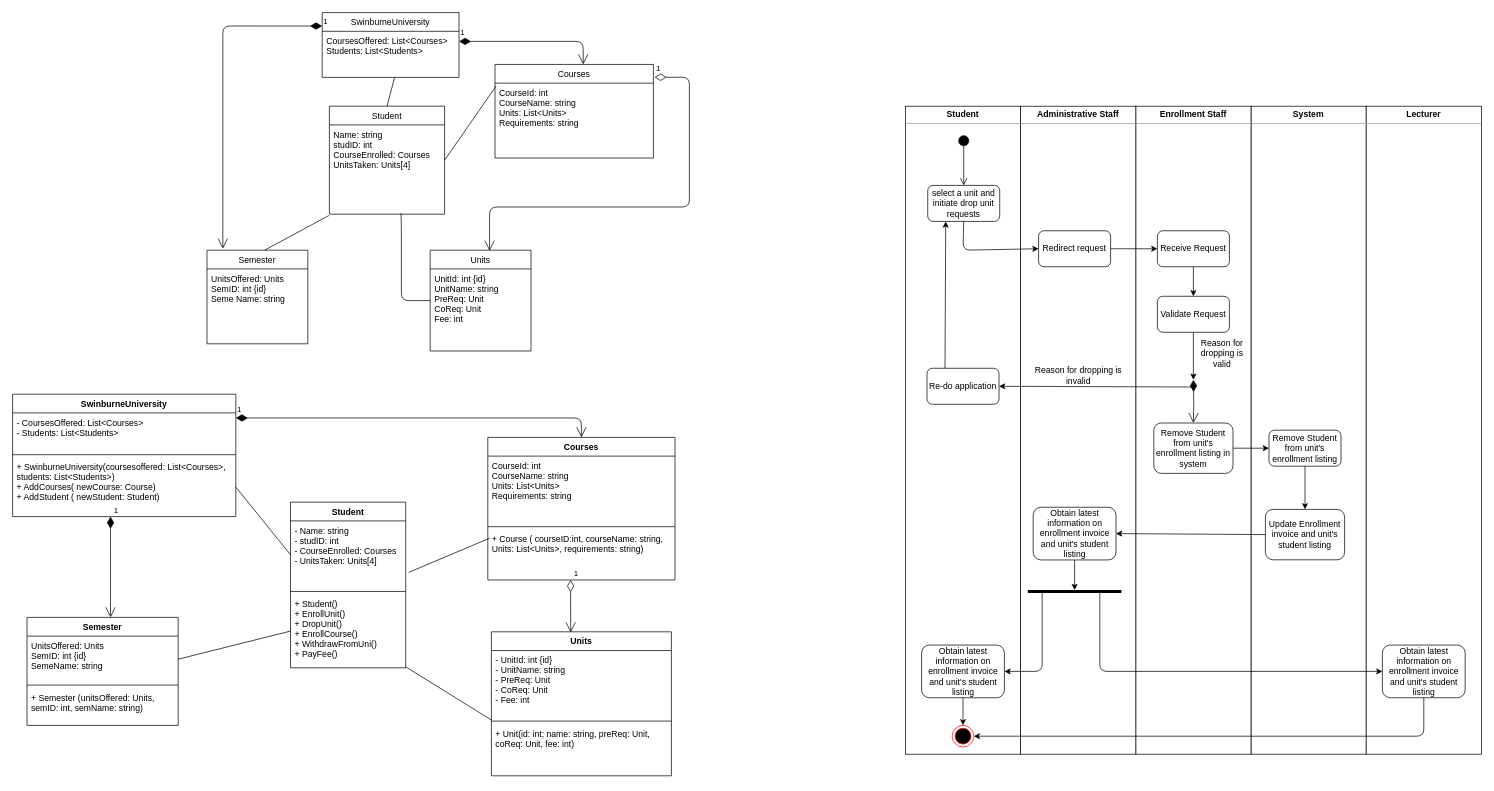
The draw.io diagram CreditTaskDP1.drawio in LastMinuteBanter/DistinctionTaskUML, before the edit. Source tidied: cells renumbered, new cells numbered last; positions are measured from the earlier drawing's top-left corner, leaving out a move shared by most shapes. Both pictures are drawn from the tidied source at 72%, with x=0, y=0 at pixel (12, 12).
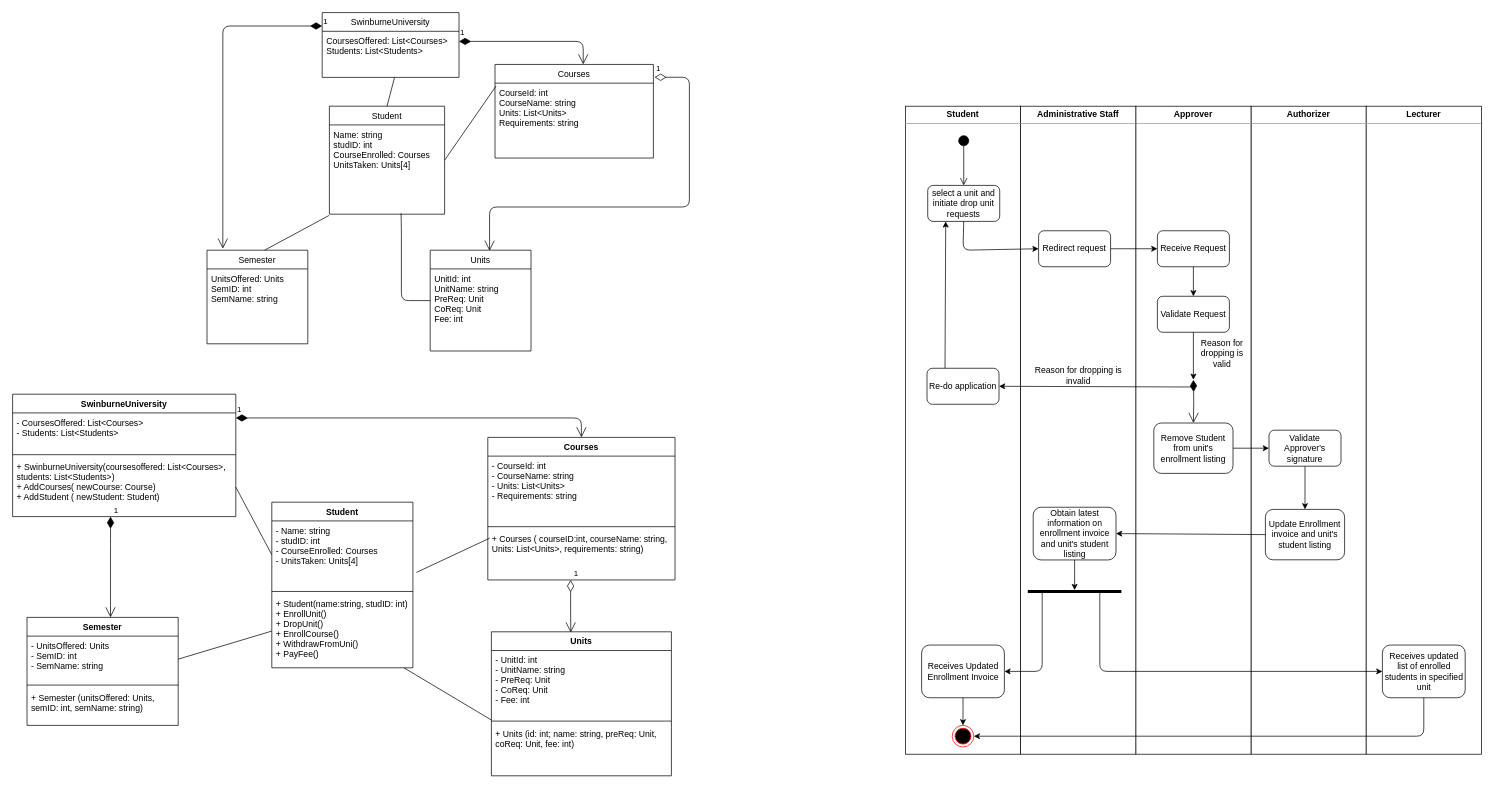
The same page after the edit.

The change refers to these unchanged cells:
```xml
<mxCell id="17" value="Semester" style="swimlane;fontStyle=0;horizontal=1;startSize=26;fillColor=none;" parent="1" vertex="1">
  <mxGeometry x="270" y="330" width="140" height="130" as="geometry" />
</mxCell>
<mxCell id="21" value="Units" style="swimlane;fontStyle=0;horizontal=1;startSize=26;fillColor=none;" parent="1" vertex="1">
  <mxGeometry x="580" y="330" width="140" height="140" as="geometry" />
</mxCell>
<mxCell id="29" value="Semester" style="swimlane;fontStyle=1;align=center;verticalAlign=top;horizontal=1;startSize=26;" parent="1" vertex="1">
  <mxGeometry x="20" y="840" width="210" height="150" as="geometry" />
</mxCell>
<mxCell id="37" value="Courses" style="swimlane;fontStyle=1;align=center;verticalAlign=top;horizontal=1;startSize=26;" parent="1" vertex="1">
  <mxGeometry x="660" y="590" width="260" height="198" as="geometry" />
</mxCell>
<mxCell id="42" value="Units" style="swimlane;fontStyle=1;align=center;verticalAlign=top;horizontal=1;startSize=26;" parent="1" vertex="1">
  <mxGeometry x="665" y="860" width="250" height="200" as="geometry" />
</mxCell>
```

What changed in the source:
```diff
@@
-    <mxCell id="2" value="&lt;p style=&quot;margin: 0px ; margin-top: 4px ; text-align: center&quot;&gt;&lt;b&gt;System&lt;/b&gt;&lt;br&gt;&lt;/p&gt;&lt;hr size=&quot;1&quot;&gt;&lt;div style=&quot;height: 2px&quot;&gt;&lt;/div&gt;" style="verticalAlign=top;align=left;overflow=fill;fontSize=12;fontFamily=Helvetica;html=1;" parent="1" vertex="1">
+    <mxCell id="2" value="&lt;p style=&quot;margin: 0px ; margin-top: 4px ; text-align: center&quot;&gt;&lt;b&gt;Authorizer&lt;/b&gt;&lt;br&gt;&lt;/p&gt;&lt;hr size=&quot;1&quot;&gt;&lt;div style=&quot;height: 2px&quot;&gt;&lt;/div&gt;" style="verticalAlign=top;align=left;overflow=fill;fontSize=12;fontFamily=Helvetica;html=1;" parent="1" vertex="1">
       <mxGeometry x="1720" y="130" width="160" height="900" as="geometry" />
     </mxCell>
-    <mxCell id="3" value="&lt;p style=&quot;margin: 0px ; margin-top: 4px ; text-align: center&quot;&gt;&lt;b&gt;Enrollment Staff&lt;/b&gt;&lt;/p&gt;&lt;hr size=&quot;1&quot;&gt;&lt;div style=&quot;height: 2px&quot;&gt;&lt;/div&gt;" style="verticalAlign=top;align=left;overflow=fill;fontSize=12;fontFamily=Helvetica;html=1;" parent="1" vertex="1">
+    <mxCell id="3" value="&lt;p style=&quot;margin: 0px ; margin-top: 4px ; text-align: center&quot;&gt;&lt;b&gt;Approver&lt;/b&gt;&lt;/p&gt;&lt;hr size=&quot;1&quot;&gt;&lt;div style=&quot;height: 2px&quot;&gt;&lt;/div&gt;" style="verticalAlign=top;align=left;overflow=fill;fontSize=12;fontFamily=Helvetica;html=1;" parent="1" vertex="1">
       <mxGeometry x="1560" y="130" width="160" height="900" as="geometry" />
     </mxCell>
@@
-    <mxCell id="18" value="UnitsOffered: Units&#10;SemID: int {id}&#10;Seme Name: string" style="text;strokeColor=none;fillColor=none;align=left;verticalAlign=top;spacingLeft=4;spacingRight=4;overflow=hidden;" parent="17" vertex="1">
+    <mxCell id="18" value="UnitsOffered: Units&#10;SemID: int  &#10;SemName: string" style="text;strokeColor=none;fillColor=none;align=left;verticalAlign=top;spacingLeft=4;spacingRight=4;overflow=hidden;" parent="17" vertex="1">
       <mxGeometry y="26" width="140" height="104" as="geometry" />
     </mxCell>
@@
-    <mxCell id="22" value="UnitId: int {id}&#10;UnitName: string&#10;PreReq: Unit&#10;CoReq: Unit&#10;Fee: int&#10;&#10;" style="text;strokeColor=none;fillColor=none;align=left;verticalAlign=top;spacingLeft=4;spacingRight=4;overflow=hidden;" parent="21" vertex="1">
+    <mxCell id="22" value="UnitId: int &#10;UnitName: string&#10;PreReq: Unit&#10;CoReq: Unit&#10;Fee: int&#10;&#10;" style="text;strokeColor=none;fillColor=none;align=left;verticalAlign=top;spacingLeft=4;spacingRight=4;overflow=hidden;" parent="21" vertex="1">
       <mxGeometry y="26" width="140" height="114" as="geometry" />
     </mxCell>
@@
-    <mxCell id="30" value="UnitsOffered: Units&#10;SemID: int {id}&#10;SemeName: string" style="text;strokeColor=none;fillColor=none;align=left;verticalAlign=top;spacingLeft=4;spacingRight=4;overflow=hidden;points=[[0,0.5],[1,0.5]];portConstraint=eastwest;" parent="29" vertex="1">
+    <mxCell id="30" value="- UnitsOffered: Units&#10;- SemID: int &#10;- SemName: string" style="text;strokeColor=none;fillColor=none;align=left;verticalAlign=top;spacingLeft=4;spacingRight=4;overflow=hidden;points=[[0,0.5],[1,0.5]];portConstraint=eastwest;" parent="29" vertex="1">
       <mxGeometry y="26" width="210" height="64" as="geometry" />
     </mxCell>
@@
-    <mxCell id="33" value="Student" style="swimlane;fontStyle=1;align=center;verticalAlign=top;horizontal=1;startSize=26;" parent="1" vertex="1">
-      <mxGeometry x="386" y="680" width="160" height="230" as="geometry" />
-    </mxCell>
-    <mxCell id="34" value="- Name: string&#10;- studID: int&#10;- CourseEnrolled: Courses&#10;- UnitsTaken: Units[4]&#10;&#10;&#10;&#10;&#10;&#10;" style="text;strokeColor=none;fillColor=none;align=left;verticalAlign=top;spacingLeft=4;spacingRight=4;overflow=hidden;points=[[0,0.5],[1,0.5]];portConstraint=eastwest;" parent="33" vertex="1">
-      <mxGeometry y="26" width="160" height="94" as="geometry" />
-    </mxCell>
-    <mxCell id="35" style="line;strokeWidth=1;fillColor=none;align=left;verticalAlign=middle;spacingTop=-1;spacingLeft=3;spacingRight=3;labelPosition=right;" parent="33" vertex="1">
-      <mxGeometry y="120" width="160" height="8" as="geometry" />
-    </mxCell>
-    <mxCell id="36" value="+ Student() &#10;+ EnrollUnit()&#10;+ DropUnit()&#10;+ EnrollCourse()&#10;+ WithdrawFromUni()&#10;+ PayFee()&#10;&#10;&#10;" style="text;strokeColor=none;fillColor=none;align=left;verticalAlign=top;spacingLeft=4;spacingRight=4;overflow=hidden;points=[[0,0.5],[1,0.5]];portConstraint=eastwest;" parent="33" vertex="1">
-      <mxGeometry y="128" width="160" height="102" as="geometry" />
-    </mxCell>
@@
-    <mxCell id="38" value="CourseId: int&#10;CourseName: string&#10;Units: List&lt;Units&gt;&#10;Requirements: string&#10;&#10;&#10;" style="text;strokeColor=none;fillColor=none;align=left;verticalAlign=top;spacingLeft=4;spacingRight=4;overflow=hidden;" parent="37" vertex="1">
+    <mxCell id="38" value="- CourseId: int&#10;- CourseName: string&#10;- Units: List&lt;Units&gt;&#10;- Requirements: string&#10;&#10;&#10;" style="text;strokeColor=none;fillColor=none;align=left;verticalAlign=top;spacingLeft=4;spacingRight=4;overflow=hidden;" parent="37" vertex="1">
       <mxGeometry y="26" width="260" height="94" as="geometry" />
     </mxCell>
@@
-    <mxCell id="40" value="+ Course ( courseID:int, courseName: string, &#10;Units: List&lt;Units&gt;, requirements: string)" style="text;strokeColor=none;fillColor=none;align=left;verticalAlign=top;spacingLeft=4;spacingRight=4;overflow=hidden;points=[[0,0.5],[1,0.5]];portConstraint=eastwest;" parent="37" vertex="1">
+    <mxCell id="40" value="+ Courses ( courseID:int, courseName: string, &#10;Units: List&lt;Units&gt;, requirements: string)" style="text;strokeColor=none;fillColor=none;align=left;verticalAlign=top;spacingLeft=4;spacingRight=4;overflow=hidden;points=[[0,0.5],[1,0.5]];portConstraint=eastwest;" parent="37" vertex="1">
       <mxGeometry y="128" width="260" height="70" as="geometry" />
     </mxCell>
@@
-    <mxCell id="43" value="- UnitId: int {id}&#10;- UnitName: string&#10;- PreReq: Unit&#10;- CoReq: Unit&#10;- Fee: int&#10;&#10;&#10;&#10;" style="text;strokeColor=none;fillColor=none;align=left;verticalAlign=top;spacingLeft=4;spacingRight=4;overflow=hidden;points=[[0,0.5],[1,0.5]];portConstraint=eastwest;" parent="42" vertex="1">
+    <mxCell id="43" value="- UnitId: int &#10;- UnitName: string&#10;- PreReq: Unit&#10;- CoReq: Unit&#10;- Fee: int&#10;&#10;&#10;&#10;" style="text;strokeColor=none;fillColor=none;align=left;verticalAlign=top;spacingLeft=4;spacingRight=4;overflow=hidden;points=[[0,0.5],[1,0.5]];portConstraint=eastwest;" parent="42" vertex="1">
       <mxGeometry y="26" width="250" height="94" as="geometry" />
     </mxCell>
@@
-    <mxCell id="45" value="+ Unit(id: int; name: string, preReq: Unit, &#10;coReq: Unit, fee: int)" style="text;strokeColor=none;fillColor=none;align=left;verticalAlign=top;spacingLeft=4;spacingRight=4;overflow=hidden;" parent="42" vertex="1">
+    <mxCell id="45" value="+ Units (id: int; name: string, preReq: Unit, &#10;coReq: Unit, fee: int)" style="text;strokeColor=none;fillColor=none;align=left;verticalAlign=top;spacingLeft=4;spacingRight=4;overflow=hidden;" parent="42" vertex="1">
       <mxGeometry y="128" width="250" height="72" as="geometry" />
     </mxCell>
@@
-    <mxCell id="57" value="Remove Student from unit's enrollment listing in system" style="rounded=1;whiteSpace=wrap;html=1;" parent="1" vertex="1">
+    <mxCell id="57" value="Remove Student from unit's enrollment listing" style="rounded=1;whiteSpace=wrap;html=1;" parent="1" vertex="1">
       <mxGeometry x="1585" y="570" width="110" height="70" as="geometry" />
     </mxCell>
-    <mxCell id="58" value="Remove Student from unit's enrollment listing" style="rounded=1;whiteSpace=wrap;html=1;" parent="1" vertex="1">
+    <mxCell id="58" value="Validate Approver's signature" style="rounded=1;whiteSpace=wrap;html=1;" parent="1" vertex="1">
       <mxGeometry x="1745" y="580" width="100" height="50" as="geometry" />
     </mxCell>
@@
-    <mxCell id="69" value="Obtain latest information on enrollment invoice and unit's student listing" style="rounded=1;whiteSpace=wrap;html=1;" parent="1" vertex="1">
+    <mxCell id="69" value="&lt;span&gt;Receives Updated Enrollment Invoice&lt;/span&gt;" style="rounded=1;whiteSpace=wrap;html=1;" parent="1" vertex="1">
       <mxGeometry x="1262.5" y="878.4" width="115" height="73.2" as="geometry" />
     </mxCell>
@@
-    <mxCell id="71" value="Obtain latest information on enrollment invoice and unit's student listing" style="rounded=1;whiteSpace=wrap;html=1;" parent="1" vertex="1">
+    <mxCell id="71" value="&lt;span&gt;Receives updated list of enrolled students in specified unit&lt;/span&gt;" style="rounded=1;whiteSpace=wrap;html=1;" parent="1" vertex="1">
       <mxGeometry x="1902.5" y="878.4" width="115" height="73.2" as="geometry" />
     </mxCell>
@@
+    <mxCell id="33" value="Student" style="swimlane;fontStyle=1;align=center;verticalAlign=top;horizontal=1;startSize=26;" parent="1" vertex="1">
+      <mxGeometry x="360" y="680" width="196" height="230" as="geometry" />
+    </mxCell>
+    <mxCell id="34" value="- Name: string&#10;- studID: int&#10;- CourseEnrolled: Courses&#10;- UnitsTaken: Units[4]&#10;&#10;&#10;&#10;&#10;&#10;" style="text;strokeColor=none;fillColor=none;align=left;verticalAlign=top;spacingLeft=4;spacingRight=4;overflow=hidden;points=[[0,0.5],[1,0.5]];portConstraint=eastwest;" parent="33" vertex="1">
+      <mxGeometry y="26" width="196" height="94" as="geometry" />
+    </mxCell>
+    <mxCell id="35" style="line;strokeWidth=1;fillColor=none;align=left;verticalAlign=middle;spacingTop=-1;spacingLeft=3;spacingRight=3;labelPosition=right;" parent="33" vertex="1">
+      <mxGeometry y="120" width="196" height="8" as="geometry" />
+    </mxCell>
+    <mxCell id="36" value="+ Student(name:string, studID: int) &#10;+ EnrollUnit()&#10;+ DropUnit()&#10;+ EnrollCourse()&#10;+ WithdrawFromUni()&#10;+ PayFee()&#10;&#10;&#10;" style="text;strokeColor=none;fillColor=none;align=left;verticalAlign=top;spacingLeft=4;spacingRight=4;overflow=hidden;points=[[0,0.5],[1,0.5]];portConstraint=eastwest;" parent="33" vertex="1">
+      <mxGeometry y="128" width="196" height="102" as="geometry" />
+    </mxCell>
```
